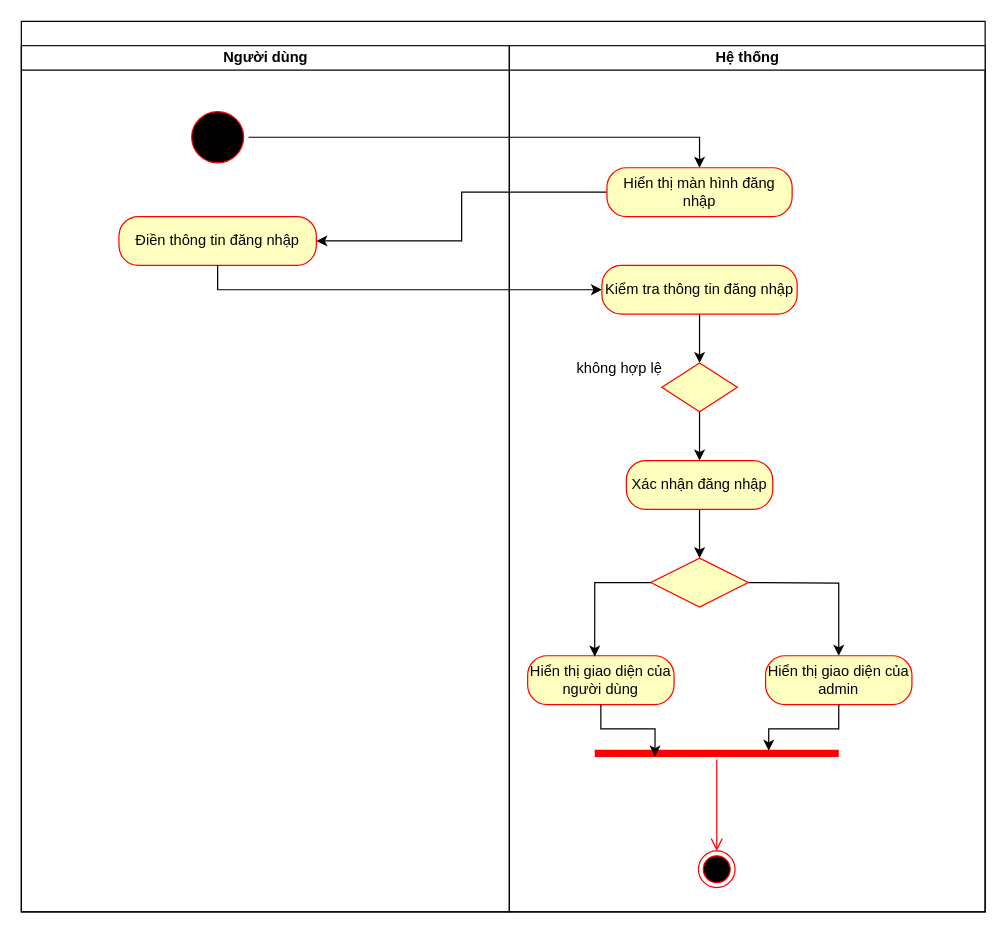
Above: dangnhap.drawio in nhan-ntt/SE (draw.io), before the change. Source tidied: cells renumbered, new cells numbered last; positions are measured from the earlier drawing's top-left corner, leaving out a move shared by most shapes. Both pictures are drawn from the tidied source at 122%, with x=0, y=0 at pixel (21, 21).
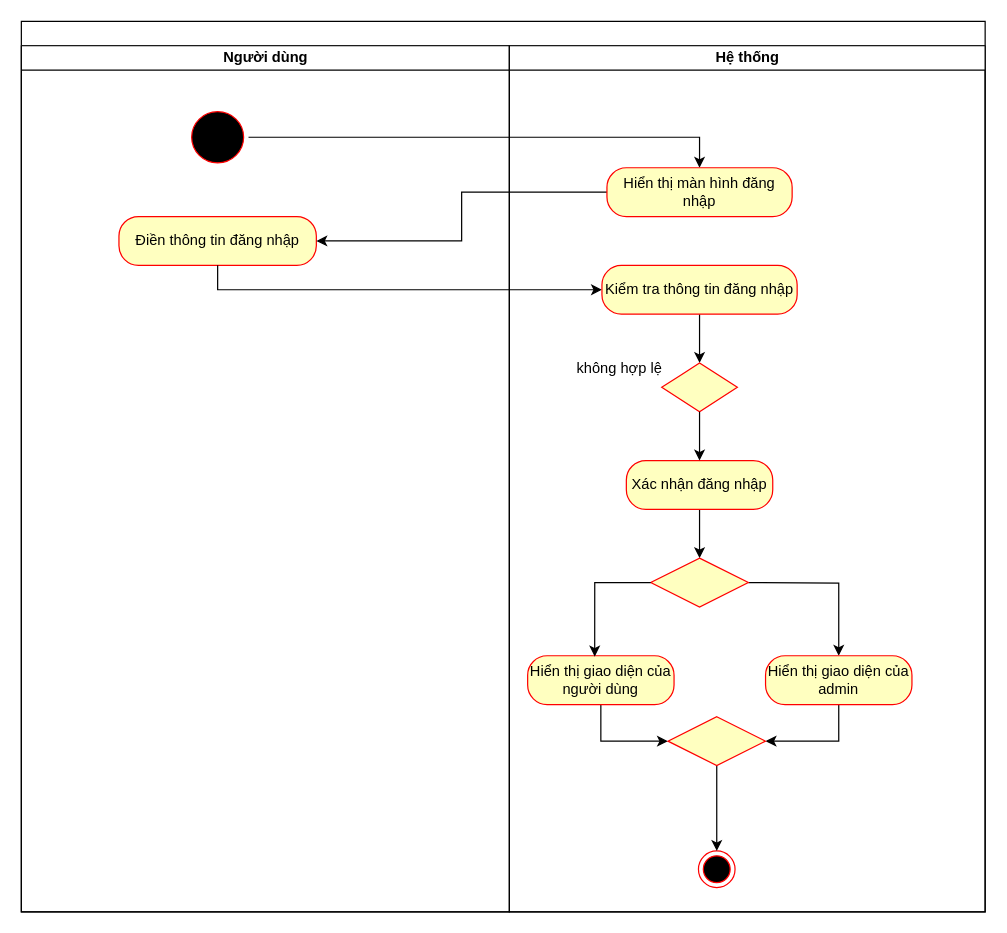
Above is the later version.

Unchanged cells that the change refers to:
```xml
<mxCell id="9" value="Hệ thống" style="swimlane;startSize=20;html=1;" parent="2" vertex="1">
  <mxGeometry x="400" y="20" width="390" height="710" as="geometry" />
</mxCell>
<mxCell id="21" value="Hiển thị giao diện của người dùng" style="rounded=1;whiteSpace=wrap;html=1;arcSize=40;fontColor=#000000;fillColor=#ffffc0;strokeColor=#ff0000;" parent="9" vertex="1">
  <mxGeometry x="15" y="500" width="120" height="40" as="geometry" />
</mxCell>
<mxCell id="23" value="Hiển thị giao diện của admin" style="rounded=1;whiteSpace=wrap;html=1;arcSize=40;fontColor=#000000;fillColor=#ffffc0;strokeColor=#ff0000;" parent="9" vertex="1">
  <mxGeometry x="210" y="500" width="120" height="40" as="geometry" />
</mxCell>
<mxCell id="24" style="ellipse;html=1;shape=endState;fillColor=#000000;strokeColor=#ff0000;" parent="9" vertex="1">
  <mxGeometry x="155" y="660" width="30" height="30" as="geometry" />
</mxCell>
```

The edit, as a diff of the source:
```diff
@@
+    <mxCell id="29" style="edgeStyle=orthogonalEdgeStyle;rounded=0;jettySize=auto;html=1;exitX=0.5;exitY=1;exitDx=0;exitDy=0;entryX=0;entryY=0.5;entryDx=0;entryDy=0;" parent="9" edge="1" source="21" target="32">
+      <mxGeometry relative="1" as="geometry" />
+    </mxCell>
@@
+    <mxCell id="30" style="edgeStyle=orthogonalEdgeStyle;rounded=0;jettySize=auto;html=1;exitX=0.5;exitY=1;exitDx=0;exitDy=0;entryX=1;entryY=0.5;entryDx=0;entryDy=0;" parent="9" edge="1" source="23" target="32">
+      <mxGeometry relative="1" as="geometry" />
+    </mxCell>
@@
-    <mxCell id="25" style="shape=line;html=1;strokeWidth=6;strokeColor=#ff0000;" parent="9" vertex="1">
-      <mxGeometry x="70" y="575" width="200" height="10" as="geometry" />
-    </mxCell>
-    <mxCell id="26" style="edgeStyle=orthogonalEdgeStyle;html=1;verticalAlign=bottom;endArrow=open;endSize=8;strokeColor=#ff0000;rounded=0;entryX=0.5;entryY=0;entryDx=0;entryDy=0;" parent="9" edge="1" source="25" target="24">
-      <mxGeometry relative="1" as="geometry" />
-    </mxCell>
-    <mxCell id="27" style="edgeStyle=orthogonalEdgeStyle;rounded=0;jettySize=auto;html=1;exitX=0.5;exitY=1;exitDx=0;exitDy=0;entryX=0.247;entryY=0.764;entryDx=0;entryDy=0;entryPerimeter=0;" parent="9" edge="1" source="21" target="25">
-      <mxGeometry relative="1" as="geometry" />
-    </mxCell>
-    <mxCell id="28" style="edgeStyle=orthogonalEdgeStyle;rounded=0;jettySize=auto;html=1;entryX=0.713;entryY=0.283;entryDx=0;entryDy=0;entryPerimeter=0;" parent="9" edge="1" source="23" target="25">
-      <mxGeometry relative="1" as="geometry" />
-    </mxCell>
+    <mxCell id="31" style="edgeStyle=orthogonalEdgeStyle;rounded=0;jettySize=auto;html=1;exitX=0.5;exitY=1;exitDx=0;exitDy=0;entryX=0.5;entryY=0;entryDx=0;entryDy=0;" parent="9" edge="1" source="32" target="24">
+      <mxGeometry relative="1" as="geometry" />
+    </mxCell>
+    <mxCell id="32" style="rhombus;whiteSpace=wrap;html=1;fontColor=#000000;fillColor=#ffffc0;strokeColor=#ff0000;" parent="9" vertex="1">
+      <mxGeometry x="130" y="550" width="80" height="40" as="geometry" />
+    </mxCell>
```
